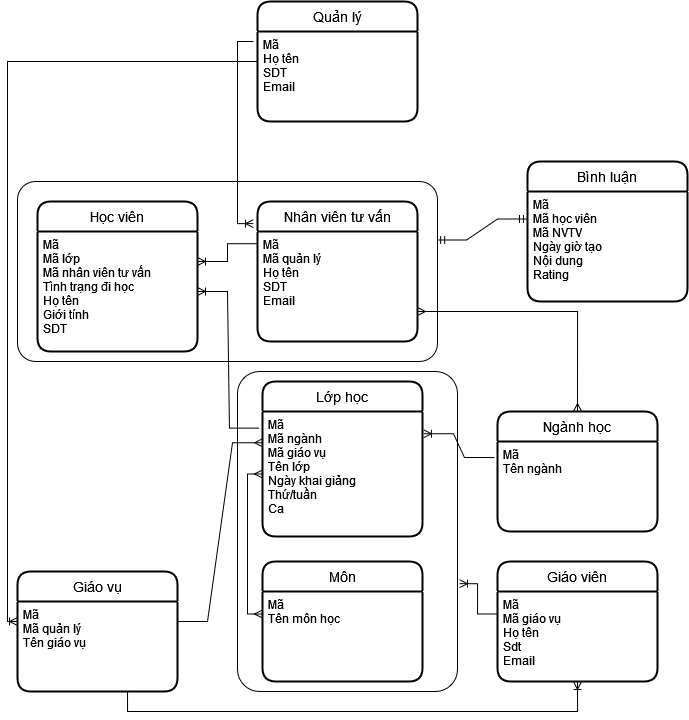
This is Do_an_2.drawio.png from HurdyGutty/vocational_school_website, a draw.io export, as it was before one commit. Source tidied: cells renumbered, new cells last; positions are measured from the earlier drawing's top-left corner, leaving out a move shared by most shapes.
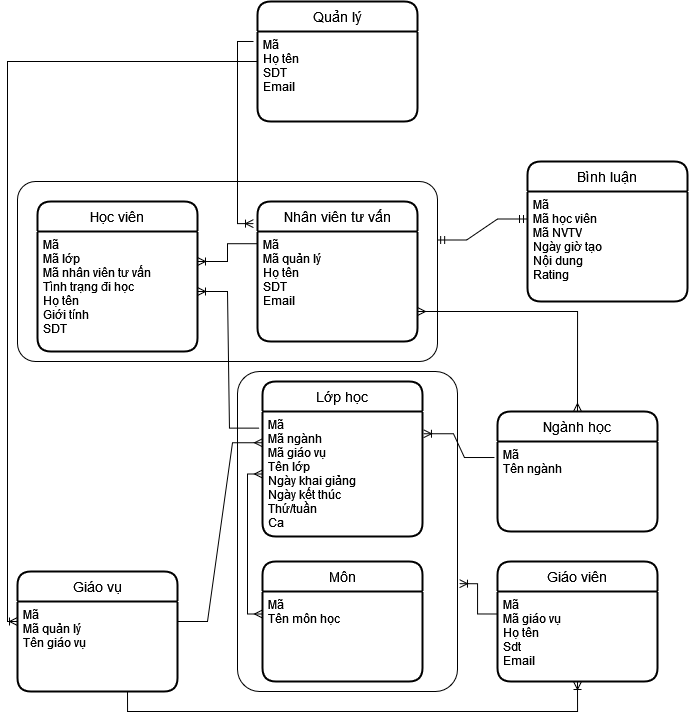
Above is the later version.

Diff of the diagram source:
```diff
@@ -23,7 +23,7 @@
     <mxCell id="8" value="Lớp học" style="swimlane;horizontal=1;startSize=30;rounded=1;fontSize=14;fontStyle=0;strokeWidth=2;shadow=0;dashed=0;align=center;" parent="1" vertex="1">
       <mxGeometry x="255" y="380" width="160" height="155" as="geometry" />
     </mxCell>
-    <mxCell id="9" value="Mã&#10;Mã ngành&#10;Mã giáo vụ&#10;Tên lớp&#10;Ngày khai giảng&#10;Thứ/tuần&#10;Ca" style="align=left;strokeColor=none;fillColor=none;spacingLeft=4;fontSize=12;verticalAlign=top;" parent="8" vertex="1">
+    <mxCell id="9" value="Mã&#10;Mã ngành&#10;Mã giáo vụ&#10;Tên lớp&#10;Ngày khai giảng&#10;Ngày kết thúc&#10;Thứ/tuần&#10;Ca" style="align=left;strokeColor=none;fillColor=none;spacingLeft=4;fontSize=12;verticalAlign=top;" parent="8" vertex="1">
       <mxGeometry y="30" width="160" height="125" as="geometry" />
     </mxCell>
     <mxCell id="10" value="Ngành học" style="swimlane;horizontal=1;startSize=30;rounded=1;fontSize=14;fontStyle=0;strokeWidth=2;shadow=0;dashed=0;align=center;" parent="1" vertex="1">
```
